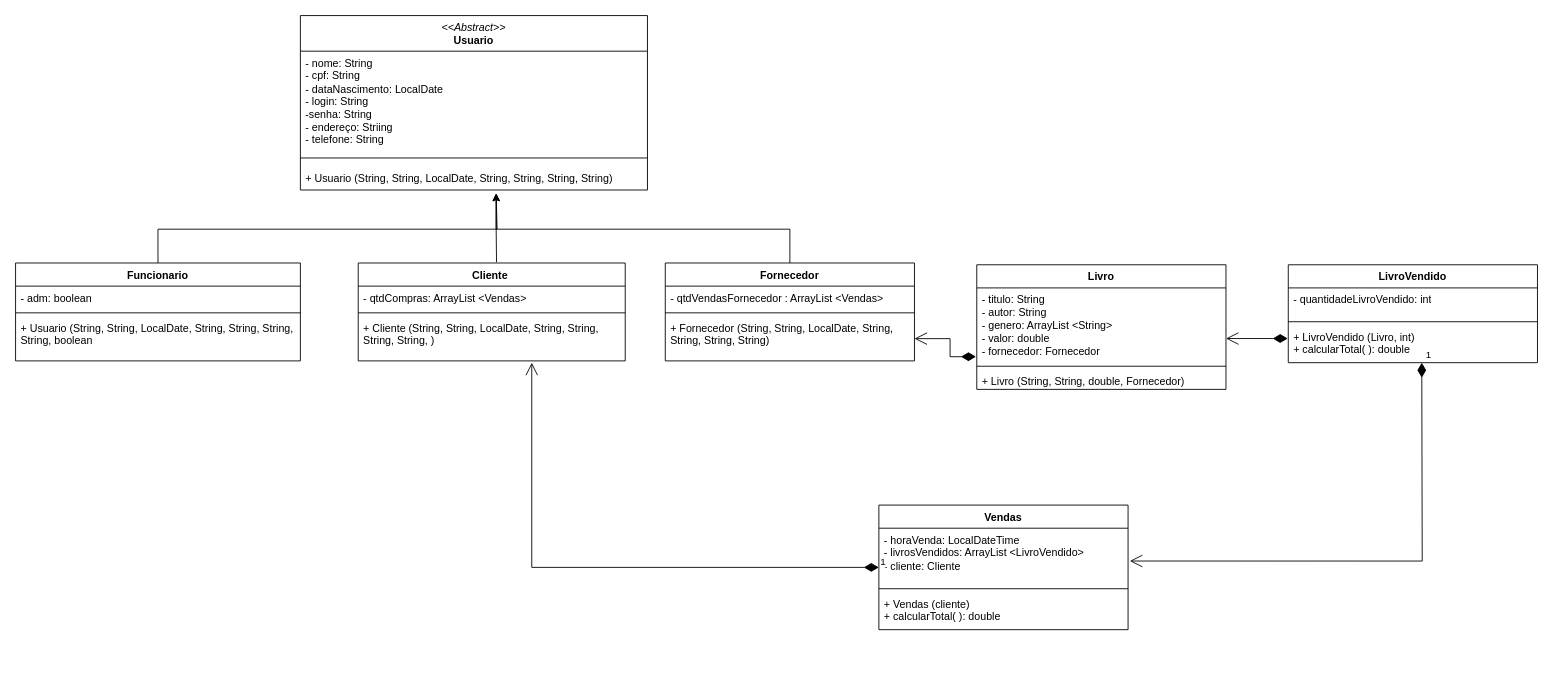
Earlier version of the draw.io diagram Projeto.drawio (Rliveira/ReadEasy). Source tidied: cells renumbered, new cells numbered last; positions are measured from the earlier drawing's top-left corner, leaving out a move shared by most shapes. Both pictures are drawn from the tidied source at 89%, with x=0, y=0 at pixel (15, 15).
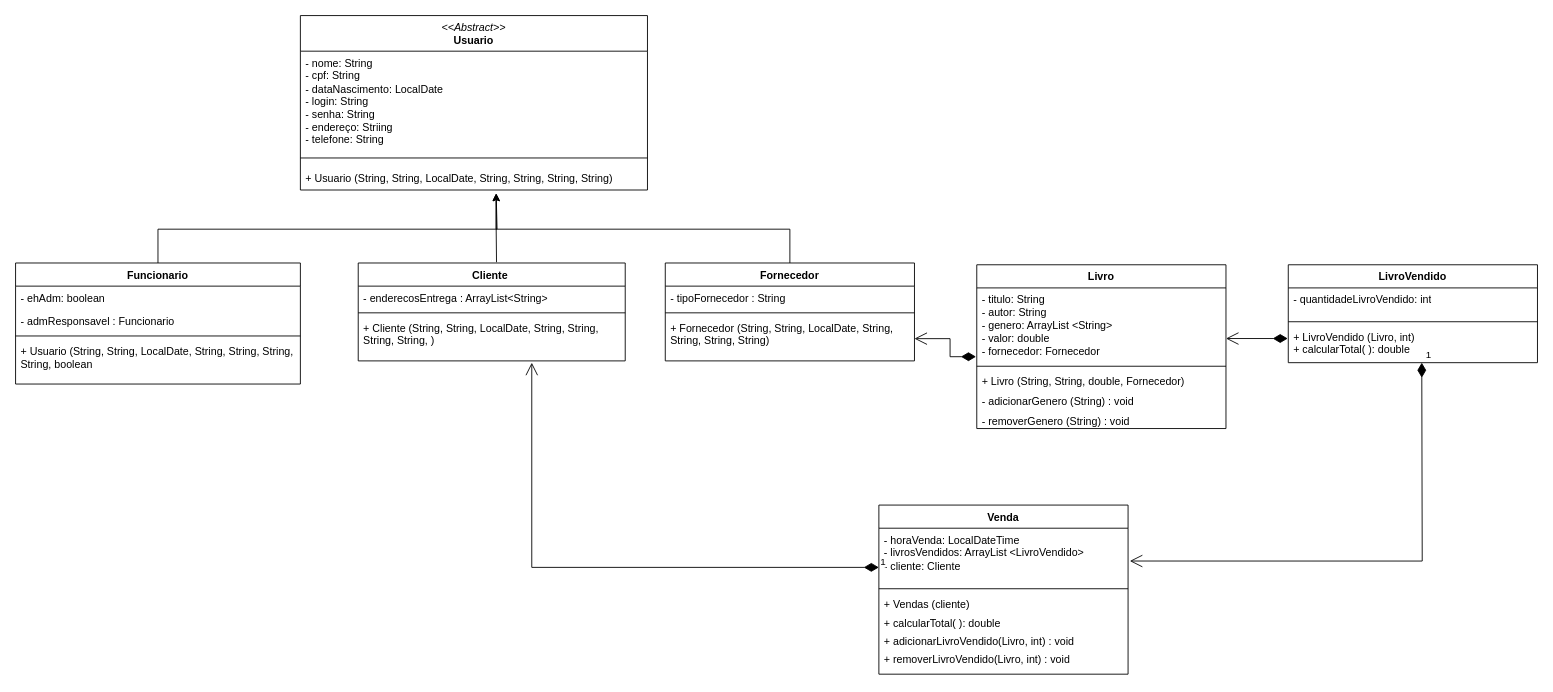
After the change.

Unchanged cells that the change refers to:
```xml
<mxCell id="2" value="&lt;span style=&quot;font-weight: normal;&quot;&gt;&lt;i&gt;&amp;lt;&amp;lt;Abstract&amp;gt;&amp;gt;&lt;/i&gt;&lt;/span&gt;&lt;br&gt;Usuario" style="swimlane;fontStyle=1;align=center;verticalAlign=top;horizontal=1;startSize=40;whiteSpace=wrap;html=1;" parent="1" vertex="1">
  <mxGeometry x="320" width="390" height="196" as="geometry" />
</mxCell>
<mxCell id="12" value="Cliente&amp;nbsp;" style="swimlane;fontStyle=1;align=center;verticalAlign=top;horizontal=1;startSize=26;whiteSpace=wrap;html=1;" parent="1" vertex="1">
  <mxGeometry x="385" y="278" width="300" height="110" as="geometry" />
</mxCell>
<mxCell id="16" value="Fornecedor" style="swimlane;fontStyle=1;align=center;verticalAlign=top;horizontal=1;startSize=26;whiteSpace=wrap;html=1;" parent="1" vertex="1">
  <mxGeometry x="730" y="278" width="280" height="110" as="geometry" />
</mxCell>
```

Change to the diagram source:
```diff
@@
-    <mxCell id="3" value="- nome: String&lt;br&gt;- cpf: String&amp;nbsp;&lt;br&gt;- dataNascimento: LocalDate&lt;br&gt;- login: String&lt;br&gt;-senha: String&amp;nbsp;&lt;br&gt;- endereço: Striing&amp;nbsp;&lt;br&gt;- telefone: String&amp;nbsp;" style="text;strokeColor=none;fillColor=none;align=left;verticalAlign=top;spacingLeft=4;spacingRight=4;overflow=hidden;whiteSpace=wrap;html=1;" parent="2" vertex="1">
+    <mxCell id="3" value="- nome: String&lt;br&gt;- cpf: String&amp;nbsp;&lt;br&gt;- dataNascimento: LocalDate&lt;br&gt;- login: String&lt;br&gt;- senha: String&amp;nbsp;&lt;br&gt;- endereço: Striing&amp;nbsp;&lt;br&gt;- telefone: String&amp;nbsp;" style="text;strokeColor=none;fillColor=none;align=left;verticalAlign=top;spacingLeft=4;spacingRight=4;overflow=hidden;whiteSpace=wrap;html=1;" parent="2" vertex="1">
       <mxGeometry y="40" width="390" height="110" as="geometry" />
     </mxCell>
@@
     <mxCell id="7" value="Funcionario" style="swimlane;fontStyle=1;align=center;verticalAlign=top;horizontal=1;startSize=26;whiteSpace=wrap;html=1;" parent="1" vertex="1">
-      <mxGeometry y="278" width="320" height="110" as="geometry" />
+      <mxGeometry y="278" width="320" height="136" as="geometry" />
     </mxCell>
-    <mxCell id="8" value="- adm: boolean&amp;nbsp;" style="text;strokeColor=none;fillColor=none;align=left;verticalAlign=top;spacingLeft=4;spacingRight=4;overflow=hidden;whiteSpace=wrap;html=1;" parent="7" vertex="1">
+    <mxCell id="8" value="- ehAdm: boolean&amp;nbsp;" style="text;strokeColor=none;fillColor=none;align=left;verticalAlign=top;spacingLeft=4;spacingRight=4;overflow=hidden;whiteSpace=wrap;html=1;" parent="7" vertex="1">
       <mxGeometry y="26" width="320" height="26" as="geometry" />
     </mxCell>
+    <mxCell id="37" value="- admResponsavel : Funcionario" style="text;strokeColor=none;fillColor=none;align=left;verticalAlign=top;spacingLeft=4;spacingRight=4;overflow=hidden;whiteSpace=wrap;html=1;" parent="7" vertex="1">
+      <mxGeometry y="52" width="320" height="26" as="geometry" />
+    </mxCell>
     <mxCell id="9" style="line;strokeWidth=1;fillColor=none;align=left;verticalAlign=middle;spacingTop=-1;spacingLeft=3;spacingRight=3;labelPosition=right;strokeColor=inherit;" parent="7" vertex="1">
-      <mxGeometry y="52" width="320" height="8" as="geometry" />
+      <mxGeometry y="78" width="320" height="8" as="geometry" />
     </mxCell>
     <mxCell id="10" value="+ Usuario (String, String, LocalDate, String, String, String, String, boolean" style="text;strokeColor=none;fillColor=none;align=left;verticalAlign=top;spacingLeft=4;spacingRight=4;overflow=hidden;whiteSpace=wrap;html=1;" parent="7" vertex="1">
-      <mxGeometry y="60" width="320" height="50" as="geometry" />
+      <mxGeometry y="86" width="320" height="50" as="geometry" />
     </mxCell>
@@
-    <mxCell id="13" value="- qtdCompras: ArrayList &amp;lt;Vendas&amp;gt;" style="text;strokeColor=none;fillColor=none;align=left;verticalAlign=top;spacingLeft=4;spacingRight=4;overflow=hidden;whiteSpace=wrap;html=1;" parent="12" vertex="1">
+    <mxCell id="13" value="- enderecosEntrega : ArrayList&amp;lt;String&amp;gt;" style="text;strokeColor=none;fillColor=none;align=left;verticalAlign=top;spacingLeft=4;spacingRight=4;overflow=hidden;whiteSpace=wrap;html=1;" parent="12" vertex="1">
       <mxGeometry y="26" width="300" height="26" as="geometry" />
     </mxCell>
@@
-    <mxCell id="17" value="- qtdVendasFornecedor : ArrayList &amp;lt;Vendas&amp;gt;" style="text;strokeColor=none;fillColor=none;align=left;verticalAlign=top;spacingLeft=4;spacingRight=4;overflow=hidden;whiteSpace=wrap;html=1;" parent="16" vertex="1">
+    <mxCell id="17" value="- tipoFornecedor : String" style="text;strokeColor=none;fillColor=none;align=left;verticalAlign=top;spacingLeft=4;spacingRight=4;overflow=hidden;whiteSpace=wrap;html=1;" parent="16" vertex="1">
       <mxGeometry y="26" width="280" height="26" as="geometry" />
     </mxCell>
@@
     <mxCell id="20" value="Livro" style="swimlane;fontStyle=1;align=center;verticalAlign=top;horizontal=1;startSize=26;whiteSpace=wrap;html=1;" parent="1" vertex="1">
-      <mxGeometry x="1080" y="280" width="280" height="140" as="geometry" />
+      <mxGeometry x="1080" y="280" width="280" height="184" as="geometry" />
     </mxCell>
@@
+    <mxCell id="38" value="- adicionarGenero (String) : void" style="text;strokeColor=none;fillColor=none;align=left;verticalAlign=top;spacingLeft=4;spacingRight=4;overflow=hidden;whiteSpace=wrap;html=1;" parent="20" vertex="1">
+      <mxGeometry y="140" width="280" height="22" as="geometry" />
+    </mxCell>
+    <mxCell id="39" value="- removerGenero (String) : void" style="text;strokeColor=none;fillColor=none;align=left;verticalAlign=top;spacingLeft=4;spacingRight=4;overflow=hidden;whiteSpace=wrap;html=1;" parent="20" vertex="1">
+      <mxGeometry y="162" width="280" height="22" as="geometry" />
+    </mxCell>
@@
-    <mxCell id="29" value="Vendas" style="swimlane;fontStyle=1;align=center;verticalAlign=top;horizontal=1;startSize=26;whiteSpace=wrap;html=1;" parent="1" vertex="1">
-      <mxGeometry x="970" y="550" width="280" height="140" as="geometry" />
+    <mxCell id="29" value="Venda" style="swimlane;fontStyle=1;align=center;verticalAlign=top;horizontal=1;startSize=26;whiteSpace=wrap;html=1;" parent="1" vertex="1">
+      <mxGeometry x="970" y="550" width="280" height="190" as="geometry" />
     </mxCell>
@@
-    <mxCell id="32" value="+ Vendas (cliente)&lt;br&gt;+ calcularTotal( ): double" style="text;strokeColor=none;fillColor=none;align=left;verticalAlign=top;spacingLeft=4;spacingRight=4;overflow=hidden;whiteSpace=wrap;html=1;" parent="29" vertex="1">
-      <mxGeometry y="98" width="280" height="42" as="geometry" />
+    <mxCell id="32" value="+ Vendas (cliente)" style="text;strokeColor=none;fillColor=none;align=left;verticalAlign=top;spacingLeft=4;spacingRight=4;overflow=hidden;whiteSpace=wrap;html=1;" parent="29" vertex="1">
+      <mxGeometry y="98" width="280" height="22" as="geometry" />
     </mxCell>
+    <mxCell id="40" value="+ calcularTotal( ): double" style="text;strokeColor=none;fillColor=none;align=left;verticalAlign=top;spacingLeft=4;spacingRight=4;overflow=hidden;whiteSpace=wrap;html=1;" parent="29" vertex="1">
+      <mxGeometry y="120" width="280" height="20" as="geometry" />
+    </mxCell>
+    <mxCell id="41" value="+ adicionarLivroVendido(Livro, int) : void" style="text;strokeColor=none;fillColor=none;align=left;verticalAlign=top;spacingLeft=4;spacingRight=4;overflow=hidden;whiteSpace=wrap;html=1;" parent="29" vertex="1">
+      <mxGeometry y="140" width="280" height="20" as="geometry" />
+    </mxCell>
+    <mxCell id="42" value="+ removerLivroVendido(Livro, int) : void" style="text;strokeColor=none;fillColor=none;align=left;verticalAlign=top;spacingLeft=4;spacingRight=4;overflow=hidden;whiteSpace=wrap;html=1;" parent="29" vertex="1">
+      <mxGeometry y="160" width="280" height="30" as="geometry" />
+    </mxCell>
```
